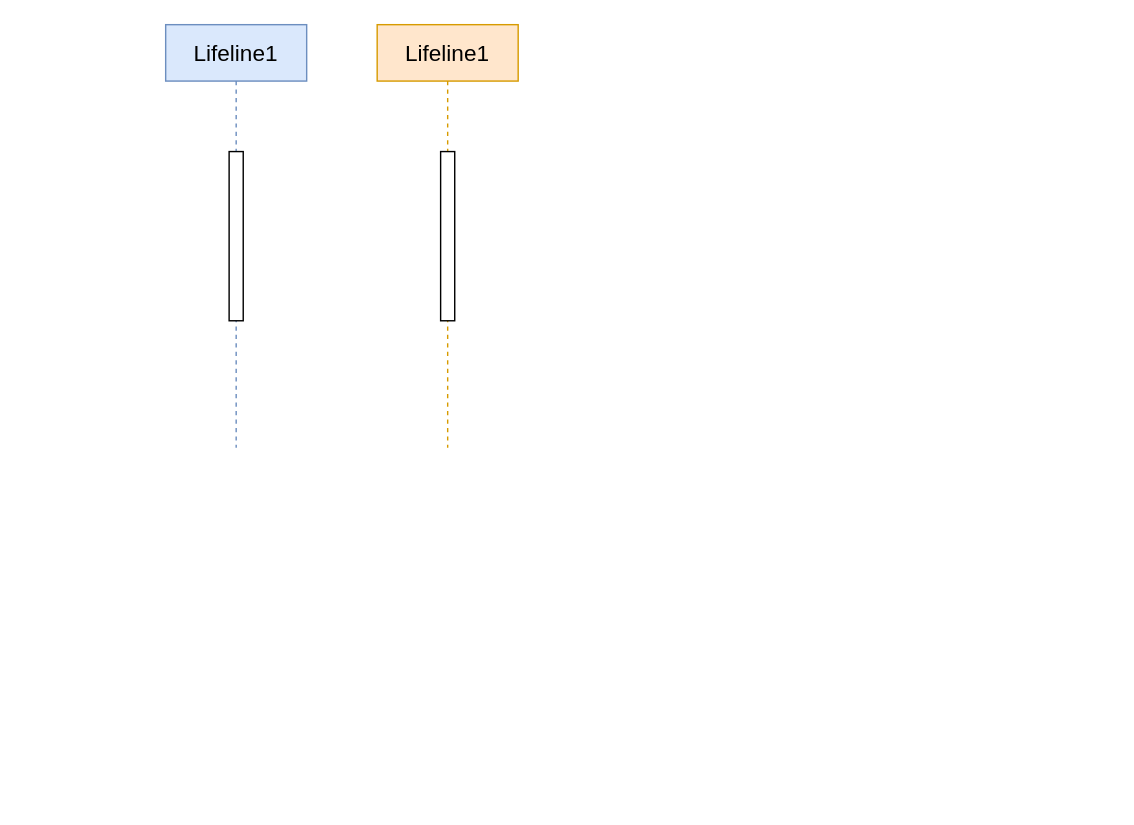
The draw.io diagram page "补偿机制" (5 of 5) of work/工单系统业务交互.drawio in itzhanglg/technology-image, before the edit. Source tidied: cells renumbered, new cells numbered last; positions are measured from the earlier drawing's top-left corner, leaving out a move shared by most shapes. Both pictures are drawn from the tidied source at 141%, with x=0, y=0 at pixel (165, 24).
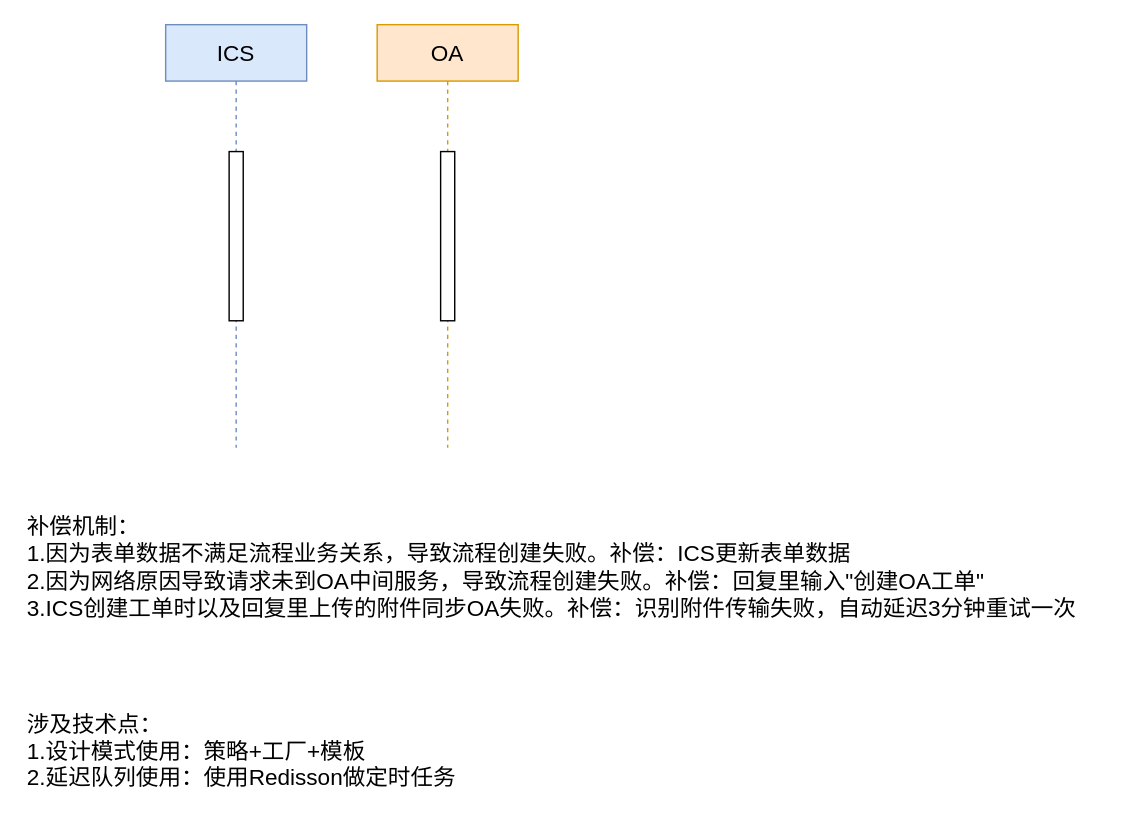
The same diagram, later.

Change to the diagram source:
```diff
@@
 <mxGraphModel>
   <root>
     <mxCell id="0" />
     <mxCell id="1" parent="0" />
-    <mxCell id="2" value="Lifeline1" style="shape=umlLifeline;perimeter=lifelinePerimeter;whiteSpace=wrap;html=1;fontSize=16;fillColor=#dae8fc;strokeColor=#6c8ebf;" parent="1" vertex="1">
+    <mxCell id="2" value="ICS" style="shape=umlLifeline;perimeter=lifelinePerimeter;whiteSpace=wrap;html=1;fontSize=16;fillColor=#dae8fc;strokeColor=#6c8ebf;" parent="1" vertex="1">
       <mxGeometry width="100" height="300" as="geometry" />
     </mxCell>
     <mxCell id="3" style="html=1;perimeter=orthogonalPerimeter;fontSize=16;" parent="2" vertex="1">
       <mxGeometry x="45" y="90" width="10" height="120" as="geometry" />
     </mxCell>
-    <mxCell id="4" value="Lifeline1" style="shape=umlLifeline;perimeter=lifelinePerimeter;whiteSpace=wrap;html=1;fontSize=16;fillColor=#ffe6cc;strokeColor=#d79b00;" parent="1" vertex="1">
+    <mxCell id="4" value="OA" style="shape=umlLifeline;perimeter=lifelinePerimeter;whiteSpace=wrap;html=1;fontSize=16;fillColor=#ffe6cc;strokeColor=#d79b00;" parent="1" vertex="1">
       <mxGeometry x="150" width="100" height="300" as="geometry" />
     </mxCell>
     <mxCell id="5" style="html=1;perimeter=orthogonalPerimeter;fontSize=16;" parent="4" vertex="1">
       <mxGeometry x="45" y="90" width="10" height="120" as="geometry" />
     </mxCell>
+    <mxCell id="6" value="&lt;font style=&quot;font-size: 16px;&quot;&gt;补偿机制：&lt;br&gt;1.因为表单数据不满足流程业务关系，导致流程创建失败。补偿：ICS更新表单数据&lt;br&gt;2.因为网络原因导致请求未到OA中间服务，导致流程创建失败。补偿：回复里输入&quot;创建OA工单&quot;&lt;br&gt;3.ICS创建工单时以及回复里上传的附件同步OA失败。补偿：识别附件传输失败，自动延迟3分钟重试一次&lt;br&gt;&lt;/font&gt;" style="text;html=1;align=left;verticalAlign=middle;strokeColor=none;fillColor=none;" parent="1" vertex="1">
+      <mxGeometry x="-100" y="340" width="770" height="90" as="geometry" />
+    </mxCell>
+    <mxCell id="7" value="&lt;font style=&quot;font-size: 16px;&quot;&gt;涉及技术点：&lt;br&gt;1.设计模式使用：策略+工厂+模板&lt;br&gt;2.延迟队列使用：使用Redisson做定时任务&lt;br&gt;&lt;/font&gt;" style="text;html=1;align=left;verticalAlign=middle;strokeColor=none;fillColor=none;" parent="1" vertex="1">
+      <mxGeometry x="-100" y="480" width="330" height="70" as="geometry" />
+    </mxCell>
   </root>
 </mxGraphModel>
```
